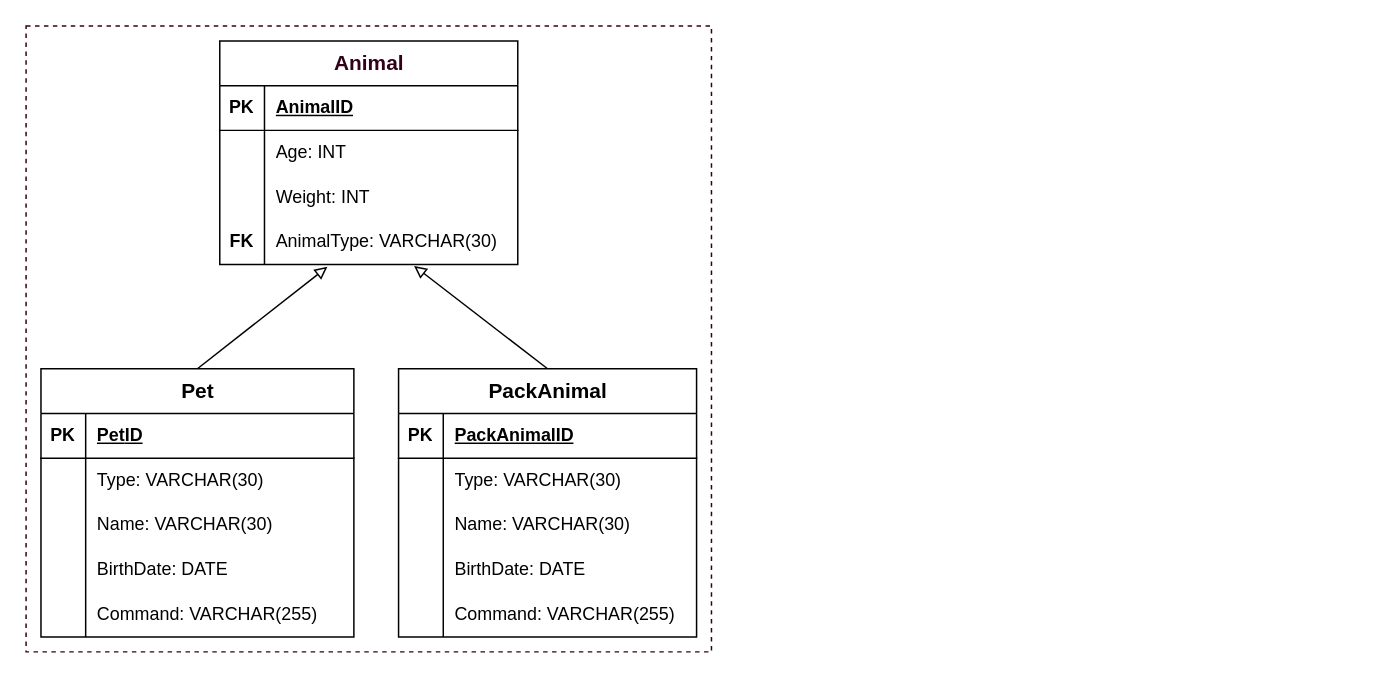
Earlier version of the draw.io diagram OOP/ClassDiagram/class-diagram.drawio (PDV-geekbrains/The-final-task-of-the-first-year-of-study). Source tidied: cells renumbered, new cells numbered last; positions are measured from the earlier drawing's top-left corner, leaving out a move shared by most shapes. Both pictures are drawn from the tidied source at 149%, with x=0, y=0 at pixel (25, 25).
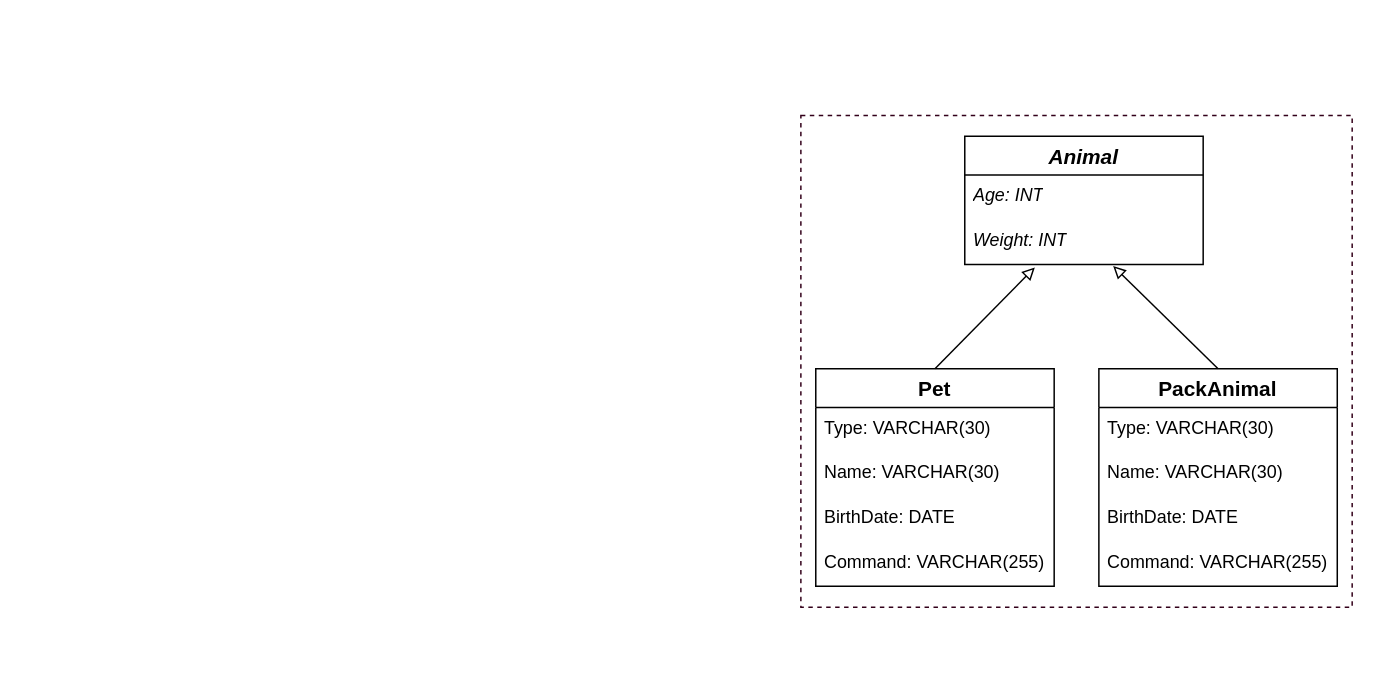
The same page after the edit.

Commit message (it also covers changes not shown here):
Modified class-diagram.

The edit, as a diff of the source:
```diff
@@
     <mxCell id="2" style="rounded=0;whiteSpace=wrap;html=1;dashed=1;strokeColor=#33001A;fillColor=none;" parent="1" vertex="1">
-      <mxGeometry width="460" height="420" as="geometry" />
+      <mxGeometry x="520" y="60" width="370" height="330" as="geometry" />
     </mxCell>
-    <mxCell id="3" value="&lt;span style=&quot;color: rgb(51, 0, 26); font-size: 14px;&quot;&gt;Animal&lt;/span&gt;" style="shape=table;startSize=30;childLayout=tableLayout;rowLines=0;fontStyle=1;align=center;html=1;" parent="1" vertex="1">
-      <mxGeometry x="130" y="10" width="200" height="150" as="geometry" />
+    <mxCell id="3" value="Animal" style="swimlane;fontStyle=3;horizontal=1;startSize=26;align=center;fontSize=14;" parent="1" vertex="1">
+      <mxGeometry x="630" y="74" width="160" height="86" as="geometry" />
     </mxCell>
-    <mxCell id="4" style="shape=tableRow;horizontal=0;startSize=0;swimlaneHead=0;swimlaneBody=0;fillColor=none;top=0;left=0;right=0;bottom=1;strokeColor=default;" parent="3" vertex="1">
-      <mxGeometry y="30" width="200" height="30" as="geometry" />
-    </mxCell>
-    <mxCell id="5" value="PK" style="shape=partialRectangle;fillColor=none;top=0;left=0;bottom=0;right=0;fontStyle=1;overflow=hidden;whiteSpace=wrap;html=1;" parent="4" vertex="1">
-      <mxGeometry width="30" height="30" as="geometry" />
-    </mxCell>
-    <mxCell id="6" value="AnimalID" style="shape=partialRectangle;fillColor=none;top=0;left=0;bottom=0;right=0;align=left;spacingLeft=6;fontStyle=5;overflow=hidden;whiteSpace=wrap;html=1;" parent="4" vertex="1">
-      <mxGeometry x="30" width="170" height="30" as="geometry" />
-    </mxCell>
-    <mxCell id="7" style="shape=tableRow;horizontal=0;startSize=0;swimlaneHead=0;swimlaneBody=0;fillColor=none;top=0;left=0;right=0;bottom=0;" parent="3" vertex="1">
-      <mxGeometry y="60" width="200" height="30" as="geometry" />
-    </mxCell>
-    <mxCell id="8" style="shape=partialRectangle;fillColor=none;top=0;left=0;bottom=0;right=0;overflow=hidden;whiteSpace=wrap;html=1;" parent="7" vertex="1">
-      <mxGeometry width="30" height="30" as="geometry" />
-    </mxCell>
-    <mxCell id="9" value="Age: INT" style="shape=partialRectangle;fillColor=none;top=0;left=0;bottom=0;right=0;align=left;spacingLeft=6;overflow=hidden;whiteSpace=wrap;html=1;" parent="7" vertex="1">
-      <mxGeometry x="30" width="170" height="30" as="geometry" />
+    <mxCell id="9" value="&lt;i&gt;Age: INT&lt;/i&gt;" style="text;strokeColor=none;fillColor=none;spacingLeft=4;spacingRight=4;overflow=hidden;fontSize=12;whiteSpace=wrap;html=1;" parent="3" vertex="1">
+      <mxGeometry y="26" width="160" height="30" as="geometry" />
     </mxCell>
-    <mxCell id="10" style="shape=tableRow;horizontal=0;startSize=0;swimlaneHead=0;swimlaneBody=0;fillColor=none;top=0;left=0;right=0;bottom=0;" parent="3" vertex="1">
-      <mxGeometry y="90" width="200" height="30" as="geometry" />
-    </mxCell>
-    <mxCell id="11" style="shape=partialRectangle;fillColor=none;top=0;left=0;bottom=0;right=0;overflow=hidden;whiteSpace=wrap;html=1;" parent="10" vertex="1">
-      <mxGeometry width="30" height="30" as="geometry" />
-    </mxCell>
-    <mxCell id="12" value="Weight: INT" style="shape=partialRectangle;fillColor=none;top=0;left=0;bottom=0;right=0;align=left;spacingLeft=6;overflow=hidden;whiteSpace=wrap;html=1;" parent="10" vertex="1">
-      <mxGeometry x="30" width="170" height="30" as="geometry" />
+    <mxCell id="12" value="&lt;i&gt;Weight: INT&lt;/i&gt;" style="text;strokeColor=none;fillColor=none;spacingLeft=4;spacingRight=4;overflow=hidden;fontSize=12;whiteSpace=wrap;html=1;" parent="3" vertex="1">
+      <mxGeometry y="56" width="160" height="30" as="geometry" />
     </mxCell>
-    <mxCell id="13" style="shape=tableRow;horizontal=0;startSize=0;swimlaneHead=0;swimlaneBody=0;fillColor=none;points=[[0,0.5],[1,0.5]];portConstraint=eastwest;top=0;left=0;right=0;bottom=0;" parent="3" vertex="1">
-      <mxGeometry y="120" width="200" height="30" as="geometry" />
-    </mxCell>
-    <mxCell id="14" value="&lt;b&gt;FK&lt;/b&gt;" style="shape=partialRectangle;fillColor=none;top=0;left=0;bottom=0;right=0;overflow=hidden;whiteSpace=wrap;html=1;" parent="13" vertex="1">
-      <mxGeometry width="30" height="30" as="geometry" />
-    </mxCell>
-    <mxCell id="15" value="AnimalType: VARCHAR(30)" style="shape=partialRectangle;fillColor=none;top=0;left=0;bottom=0;right=0;align=left;spacingLeft=6;overflow=hidden;whiteSpace=wrap;html=1;" parent="13" vertex="1">
-      <mxGeometry x="30" width="170" height="30" as="geometry" />
-    </mxCell>
-    <mxCell id="16" value="&lt;span style=&quot;font-size: 14px;&quot;&gt;Pet&lt;/span&gt;" style="shape=table;startSize=30;childLayout=tableLayout;rowLines=0;fontStyle=1;align=center;html=1;" parent="1" vertex="1">
-      <mxGeometry x="10" y="230" width="210" height="180" as="geometry" />
+    <mxCell id="16" value="Pet" style="swimlane;fontStyle=1;horizontal=1;startSize=26;align=center;fontSize=14;" parent="1" vertex="1">
+      <mxGeometry x="530" y="230" width="160" height="146" as="geometry" />
     </mxCell>
-    <mxCell id="17" style="shape=tableRow;horizontal=0;startSize=0;swimlaneHead=0;swimlaneBody=0;fillColor=none;top=0;left=0;right=0;bottom=1;" parent="16" vertex="1">
-      <mxGeometry y="30" width="210" height="30" as="geometry" />
-    </mxCell>
-    <mxCell id="18" value="PK" style="shape=partialRectangle;fillColor=none;top=0;left=0;bottom=0;right=0;fontStyle=1;overflow=hidden;whiteSpace=wrap;html=1;" parent="17" vertex="1">
-      <mxGeometry width="30" height="30" as="geometry" />
-    </mxCell>
-    <mxCell id="19" value="&lt;div style=&quot;text-align: center;&quot;&gt;&lt;span style=&quot;background-color: initial;&quot;&gt;&lt;span style=&quot;text-wrap-mode: nowrap;&quot;&gt;&lt;font&gt;Pet&lt;/font&gt;&lt;/span&gt;ID&lt;/span&gt;&lt;/div&gt;" style="shape=partialRectangle;fillColor=none;top=0;left=0;bottom=0;right=0;align=left;spacingLeft=6;fontStyle=5;overflow=hidden;whiteSpace=wrap;html=1;" parent="17" vertex="1">
-      <mxGeometry x="30" width="180" height="30" as="geometry" />
-    </mxCell>
-    <mxCell id="20" style="shape=tableRow;horizontal=0;startSize=0;swimlaneHead=0;swimlaneBody=0;fillColor=none;top=0;left=0;right=0;bottom=0;" parent="16" vertex="1">
-      <mxGeometry y="60" width="210" height="30" as="geometry" />
-    </mxCell>
-    <mxCell id="21" style="shape=partialRectangle;fillColor=none;top=0;left=0;bottom=0;right=0;overflow=hidden;whiteSpace=wrap;html=1;" parent="20" vertex="1">
-      <mxGeometry width="30" height="30" as="geometry" />
-    </mxCell>
-    <mxCell id="22" value="Type: VARCHAR(30)" style="shape=partialRectangle;fillColor=none;top=0;left=0;bottom=0;right=0;align=left;spacingLeft=6;overflow=hidden;whiteSpace=wrap;html=1;" parent="20" vertex="1">
-      <mxGeometry x="30" width="180" height="30" as="geometry" />
-    </mxCell>
-    <mxCell id="23" style="shape=tableRow;horizontal=0;startSize=0;swimlaneHead=0;swimlaneBody=0;fillColor=none;top=0;left=0;right=0;bottom=0;" parent="16" vertex="1">
-      <mxGeometry y="90" width="210" height="30" as="geometry" />
-    </mxCell>
-    <mxCell id="24" style="shape=partialRectangle;fillColor=none;top=0;left=0;bottom=0;right=0;overflow=hidden;whiteSpace=wrap;html=1;" parent="23" vertex="1">
-      <mxGeometry width="30" height="30" as="geometry" />
-    </mxCell>
-    <mxCell id="25" value="Name: VARCHAR(30)" style="shape=partialRectangle;fillColor=none;top=0;left=0;bottom=0;right=0;align=left;spacingLeft=6;overflow=hidden;whiteSpace=wrap;html=1;" parent="23" vertex="1">
-      <mxGeometry x="30" width="180" height="30" as="geometry" />
-    </mxCell>
-    <mxCell id="26" style="shape=tableRow;horizontal=0;startSize=0;swimlaneHead=0;swimlaneBody=0;fillColor=none;top=0;left=0;right=0;bottom=0;" parent="16" vertex="1">
-      <mxGeometry y="120" width="210" height="30" as="geometry" />
-    </mxCell>
-    <mxCell id="27" style="shape=partialRectangle;fillColor=none;top=0;left=0;bottom=0;right=0;overflow=hidden;whiteSpace=wrap;html=1;" parent="26" vertex="1">
-      <mxGeometry width="30" height="30" as="geometry" />
-    </mxCell>
-    <mxCell id="28" value="BirthDate: DATE" style="shape=partialRectangle;fillColor=none;top=0;left=0;bottom=0;right=0;align=left;spacingLeft=6;overflow=hidden;whiteSpace=wrap;html=1;" parent="26" vertex="1">
-      <mxGeometry x="30" width="180" height="30" as="geometry" />
-    </mxCell>
-    <mxCell id="29" style="shape=tableRow;horizontal=0;startSize=0;swimlaneHead=0;swimlaneBody=0;fillColor=none;top=0;left=0;right=0;bottom=0;" parent="16" vertex="1">
-      <mxGeometry y="150" width="210" height="30" as="geometry" />
-    </mxCell>
-    <mxCell id="30" style="shape=partialRectangle;fillColor=none;top=0;left=0;bottom=0;right=0;overflow=hidden;whiteSpace=wrap;html=1;" parent="29" vertex="1">
-      <mxGeometry width="30" height="30" as="geometry" />
-    </mxCell>
-    <mxCell id="31" value="Command: VARCHAR(255)" style="shape=partialRectangle;fillColor=none;top=0;left=0;bottom=0;right=0;align=left;spacingLeft=6;overflow=hidden;whiteSpace=wrap;html=1;" parent="29" vertex="1">
-      <mxGeometry x="30" width="180" height="30" as="geometry" />
-    </mxCell>
+    <mxCell id="50" value="Type: VARCHAR(30)" style="text;strokeColor=none;fillColor=none;spacingLeft=4;spacingRight=4;overflow=hidden;fontSize=12;whiteSpace=wrap;html=1;" parent="16" vertex="1">
+      <mxGeometry y="26" width="160" height="30" as="geometry" />
+    </mxCell>
+    <mxCell id="51" value="Name: VARCHAR(30)" style="text;strokeColor=none;fillColor=none;spacingLeft=4;spacingRight=4;overflow=hidden;fontSize=12;whiteSpace=wrap;html=1;" parent="16" vertex="1">
+      <mxGeometry y="56" width="160" height="30" as="geometry" />
+    </mxCell>
+    <mxCell id="52" value="BirthDate: DATE" style="text;strokeColor=none;fillColor=none;spacingLeft=4;spacingRight=4;overflow=hidden;fontSize=12;whiteSpace=wrap;html=1;" parent="16" vertex="1">
+      <mxGeometry y="86" width="160" height="30" as="geometry" />
+    </mxCell>
+    <mxCell id="53" value="Command: VARCHAR(255)" style="text;strokeColor=none;fillColor=none;spacingLeft=4;spacingRight=4;overflow=hidden;fontSize=12;whiteSpace=wrap;html=1;" parent="16" vertex="1">
+      <mxGeometry y="116" width="160" height="30" as="geometry" />
+    </mxCell>
-    <mxCell id="32" value="&lt;span style=&quot;font-size: 14px;&quot;&gt;PackAnimal&lt;/span&gt;" style="shape=table;startSize=30;childLayout=tableLayout;rowLines=0;fontStyle=1;align=center;html=1;" parent="1" vertex="1">
-      <mxGeometry x="250" y="230" width="200" height="180" as="geometry" />
+    <mxCell id="32" value="PackAnimal" style="swimlane;fontStyle=1;horizontal=1;startSize=26;align=center;fontSize=14;" parent="1" vertex="1">
+      <mxGeometry x="720" y="230" width="160" height="146" as="geometry" />
     </mxCell>
-    <mxCell id="33" style="shape=tableRow;horizontal=0;startSize=0;swimlaneHead=0;swimlaneBody=0;fillColor=none;top=0;left=0;right=0;bottom=1;" parent="32" vertex="1">
-      <mxGeometry y="30" width="200" height="30" as="geometry" />
-    </mxCell>
-    <mxCell id="34" value="PK" style="shape=partialRectangle;fillColor=none;top=0;left=0;bottom=0;right=0;fontStyle=1;overflow=hidden;whiteSpace=wrap;html=1;" parent="33" vertex="1">
-      <mxGeometry width="30" height="30" as="geometry" />
-    </mxCell>
-    <mxCell id="35" value="&lt;font&gt;&lt;span style=&quot;text-align: center; text-wrap-mode: nowrap;&quot;&gt;PackAnimal&lt;/span&gt;ID&lt;/font&gt;" style="shape=partialRectangle;fillColor=none;top=0;left=0;bottom=0;right=0;align=left;spacingLeft=6;fontStyle=5;overflow=hidden;whiteSpace=wrap;html=1;" parent="33" vertex="1">
-      <mxGeometry x="30" width="170" height="30" as="geometry" />
-    </mxCell>
-    <mxCell id="36" style="shape=tableRow;horizontal=0;startSize=0;swimlaneHead=0;swimlaneBody=0;fillColor=none;top=0;left=0;right=0;bottom=0;" parent="32" vertex="1">
-      <mxGeometry y="60" width="200" height="30" as="geometry" />
-    </mxCell>
-    <mxCell id="37" style="shape=partialRectangle;fillColor=none;top=0;left=0;bottom=0;right=0;overflow=hidden;whiteSpace=wrap;html=1;" parent="36" vertex="1">
-      <mxGeometry width="30" height="30" as="geometry" />
-    </mxCell>
-    <mxCell id="38" value="Type: VARCHAR(30)" style="shape=partialRectangle;fillColor=none;top=0;left=0;bottom=0;right=0;align=left;spacingLeft=6;overflow=hidden;whiteSpace=wrap;html=1;" parent="36" vertex="1">
-      <mxGeometry x="30" width="170" height="30" as="geometry" />
-    </mxCell>
-    <mxCell id="39" style="shape=tableRow;horizontal=0;startSize=0;swimlaneHead=0;swimlaneBody=0;fillColor=none;top=0;left=0;right=0;bottom=0;" parent="32" vertex="1">
-      <mxGeometry y="90" width="200" height="30" as="geometry" />
-    </mxCell>
-    <mxCell id="40" style="shape=partialRectangle;fillColor=none;top=0;left=0;bottom=0;right=0;overflow=hidden;whiteSpace=wrap;html=1;" parent="39" vertex="1">
-      <mxGeometry width="30" height="30" as="geometry" />
-    </mxCell>
-    <mxCell id="41" value="Name: VARCHAR(30)" style="shape=partialRectangle;fillColor=none;top=0;left=0;bottom=0;right=0;align=left;spacingLeft=6;overflow=hidden;whiteSpace=wrap;html=1;" parent="39" vertex="1">
-      <mxGeometry x="30" width="170" height="30" as="geometry" />
-    </mxCell>
-    <mxCell id="42" style="shape=tableRow;horizontal=0;startSize=0;swimlaneHead=0;swimlaneBody=0;fillColor=none;top=0;left=0;right=0;bottom=0;" parent="32" vertex="1">
-      <mxGeometry y="120" width="200" height="30" as="geometry" />
-    </mxCell>
-    <mxCell id="43" style="shape=partialRectangle;fillColor=none;top=0;left=0;bottom=0;right=0;overflow=hidden;whiteSpace=wrap;html=1;" parent="42" vertex="1">
-      <mxGeometry width="30" height="30" as="geometry" />
-    </mxCell>
-    <mxCell id="44" value="BirthDate: DATE" style="shape=partialRectangle;fillColor=none;top=0;left=0;bottom=0;right=0;align=left;spacingLeft=6;overflow=hidden;whiteSpace=wrap;html=1;" parent="42" vertex="1">
-      <mxGeometry x="30" width="170" height="30" as="geometry" />
-    </mxCell>
-    <mxCell id="45" style="shape=tableRow;horizontal=0;startSize=0;swimlaneHead=0;swimlaneBody=0;fillColor=none;top=0;left=0;right=0;bottom=0;" parent="32" vertex="1">
-      <mxGeometry y="150" width="200" height="30" as="geometry" />
-    </mxCell>
-    <mxCell id="46" style="shape=partialRectangle;fillColor=none;top=0;left=0;bottom=0;right=0;overflow=hidden;whiteSpace=wrap;html=1;" parent="45" vertex="1">
-      <mxGeometry width="30" height="30" as="geometry" />
-    </mxCell>
-    <mxCell id="47" value="Command: VARCHAR(255)" style="shape=partialRectangle;fillColor=none;top=0;left=0;bottom=0;right=0;align=left;spacingLeft=6;overflow=hidden;whiteSpace=wrap;html=1;" parent="45" vertex="1">
-      <mxGeometry x="30" width="170" height="30" as="geometry" />
-    </mxCell>
-    <mxCell id="48" style="endArrow=block;html=1;rounded=0;exitX=0.5;exitY=0;exitDx=0;exitDy=0;entryX=0.361;entryY=1.053;entryDx=0;entryDy=0;entryPerimeter=0;endFill=0;" parent="1" edge="1" source="16" target="13">
-      <mxGeometry relative="1" as="geometry" />
-    </mxCell>
-    <mxCell id="49" style="endArrow=block;html=1;rounded=0;exitX=0.5;exitY=0;exitDx=0;exitDy=0;entryX=0.652;entryY=1.032;entryDx=0;entryDy=0;entryPerimeter=0;endFill=0;" parent="1" edge="1" source="32" target="13">
-      <mxGeometry relative="1" as="geometry" />
-    </mxCell>
+    <mxCell id="54" value="Type: VARCHAR(30)" style="text;strokeColor=none;fillColor=none;spacingLeft=4;spacingRight=4;overflow=hidden;fontSize=12;whiteSpace=wrap;html=1;" parent="32" vertex="1">
+      <mxGeometry y="26" width="160" height="30" as="geometry" />
+    </mxCell>
+    <mxCell id="55" value="Name: VARCHAR(30)" style="text;strokeColor=none;fillColor=none;spacingLeft=4;spacingRight=4;overflow=hidden;fontSize=12;whiteSpace=wrap;html=1;" parent="32" vertex="1">
+      <mxGeometry y="56" width="160" height="30" as="geometry" />
+    </mxCell>
+    <mxCell id="56" value="BirthDate: DATE" style="text;strokeColor=none;fillColor=none;spacingLeft=4;spacingRight=4;overflow=hidden;fontSize=12;whiteSpace=wrap;html=1;" parent="32" vertex="1">
+      <mxGeometry y="86" width="160" height="30" as="geometry" />
+    </mxCell>
+    <mxCell id="57" value="Command: VARCHAR(255)" style="text;strokeColor=none;fillColor=none;spacingLeft=4;spacingRight=4;overflow=hidden;fontSize=12;whiteSpace=wrap;html=1;" parent="32" vertex="1">
+      <mxGeometry y="116" width="160" height="30" as="geometry" />
+    </mxCell>
+    <mxCell id="58" style="endArrow=block;html=1;rounded=0;exitX=0.5;exitY=0;exitDx=0;exitDy=0;entryX=0.361;entryY=1.053;entryDx=0;entryDy=0;entryPerimeter=0;endFill=0;" parent="1" edge="1" source="16">
+      <mxGeometry relative="1" as="geometry">
+        <mxPoint x="677" y="162" as="targetPoint" />
+      </mxGeometry>
+    </mxCell>
+    <mxCell id="59" style="endArrow=block;html=1;rounded=0;exitX=0.5;exitY=0;exitDx=0;exitDy=0;entryX=0.652;entryY=1.032;entryDx=0;entryDy=0;entryPerimeter=0;endFill=0;" parent="1" edge="1" source="32">
+      <mxGeometry relative="1" as="geometry">
+        <mxPoint x="729.6" y="161" as="targetPoint" />
+      </mxGeometry>
+    </mxCell>
```
